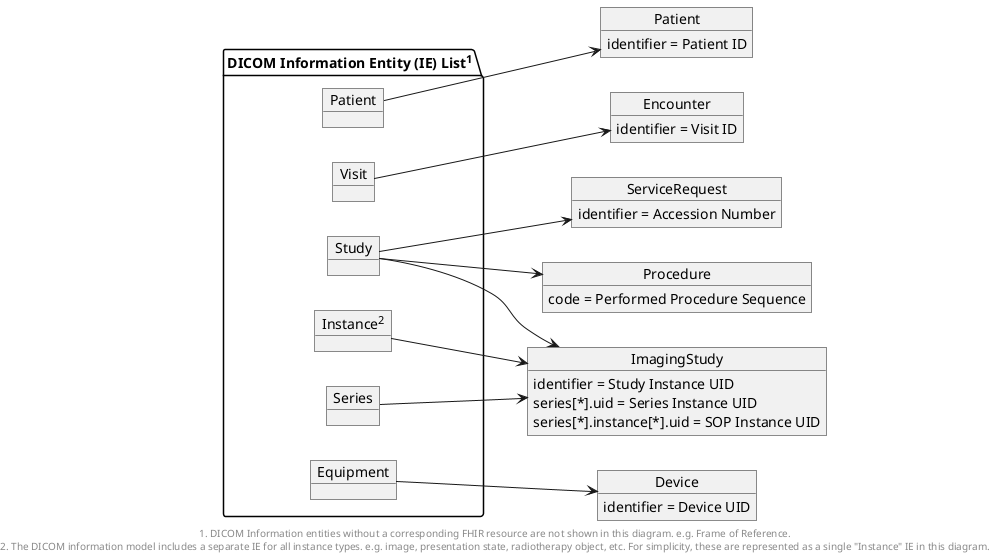
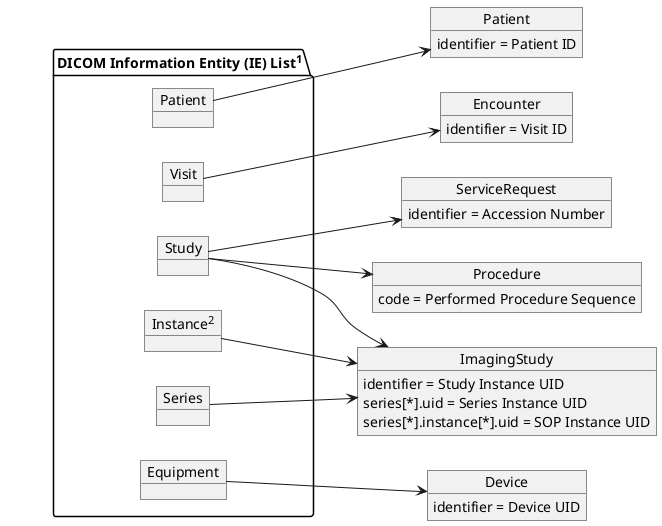
@startuml dicom_information_entity_to_fhir_resource_mapping
left to right direction
package "DICOM Information Entity (IE) List<sup>1</sup>" {
    object "Patient" as patientIE
    object "Visit" as visitIE
    object "Study" as studyIE
    object "Series" as seriesIE
    object "Equipment" as equipmentIE
    object "Instance<sup>2</sup>" as instanceIE
}
object Patient {
    identifier = Patient ID
}

object Encounter {
    identifier = Visit ID
}

object ImagingStudy {
    identifier = Study Instance UID
    series[*].uid = Series Instance UID
    series[*].instance[*].uid = SOP Instance UID
}
object ServiceRequest {
    identifier = Accession Number
}

object Procedure {
    code = Performed Procedure Sequence
}

object Device {
    identifier = Device UID
}

patientIE -r[hidden]-> visitIE
visitIE -r[hidden]-> studyIE
studyIE -r[hidden]-> seriesIE
seriesIE -r[hidden]-> equipmentIE
equipmentIE -r[hidden]-> instanceIE

patientIE --> Patient
visitIE --> Encounter
studyIE --> ImagingStudy
studyIE --> ServiceRequest
studyIE --> Procedure
seriesIE --> ImagingStudy
equipmentIE --> Device
instanceIE --> ImagingStudy

Patient -r[hidden]-> Encounter
Encounter -r[hidden]-> ServiceRequest
ServiceRequest -r[hidden]-> ImagingStudy
ImagingStudy -r[hidden]-> Device

- footer
- # DICOM Information entities without a corresponding FHIR resource are not shown in this diagram. e.g. Frame of Reference.
- # The DICOM information model includes a separate IE for all instance types. e.g. image, presentation state, radiotherapy object, etc. For simplicity, these are represented as a single "Instance" IE in this diagram.
- endfooter
@enduml